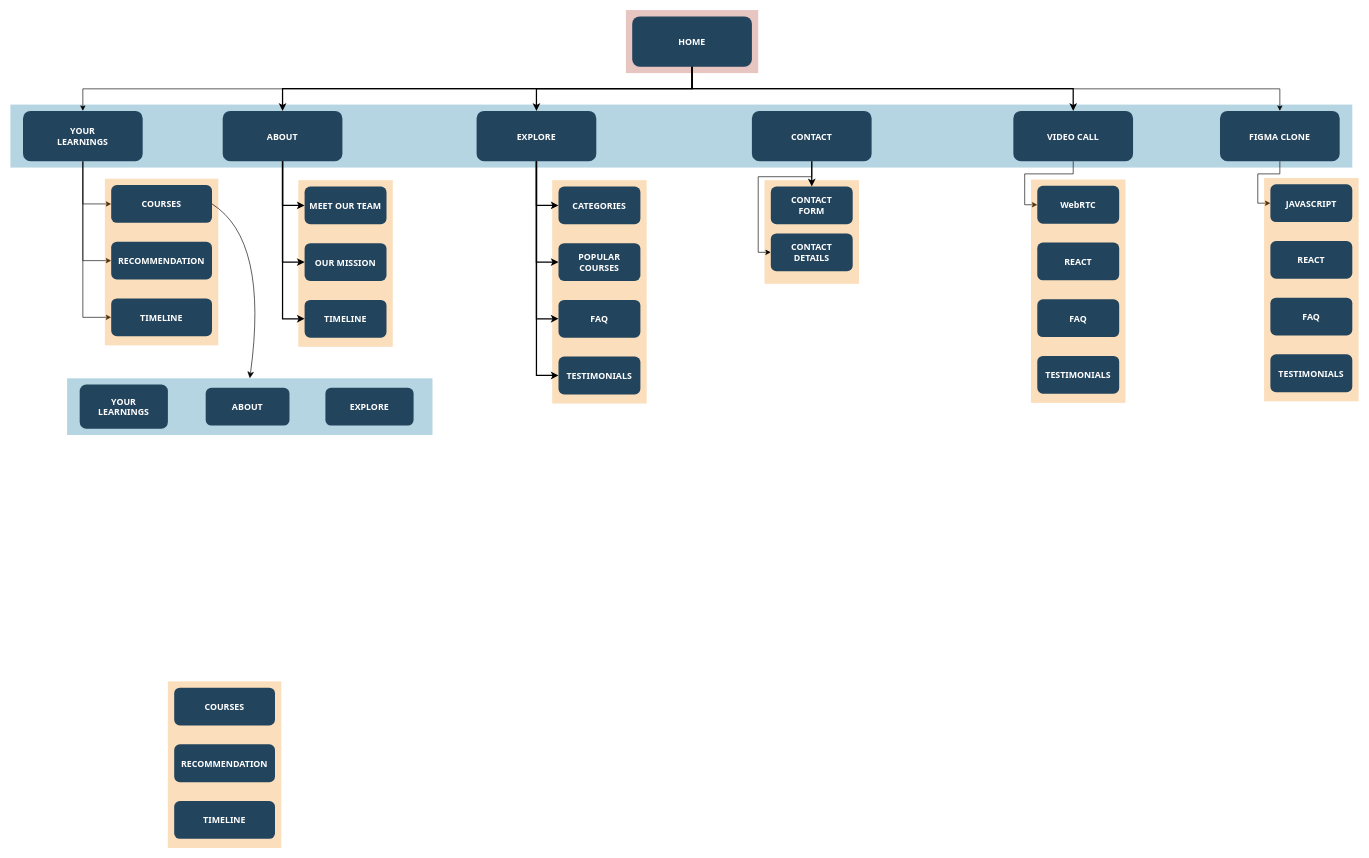
Earlier version of the draw.io diagram Sitemap.drawio (ayush-ranjan07/DynamiX). Source tidied: cells renumbered, new cells numbered last; positions are measured from the earlier drawing's top-left corner, leaving out a move shared by most shapes. Both pictures are drawn from the tidied source at 63%, with x=0, y=0 at pixel (10, 10).
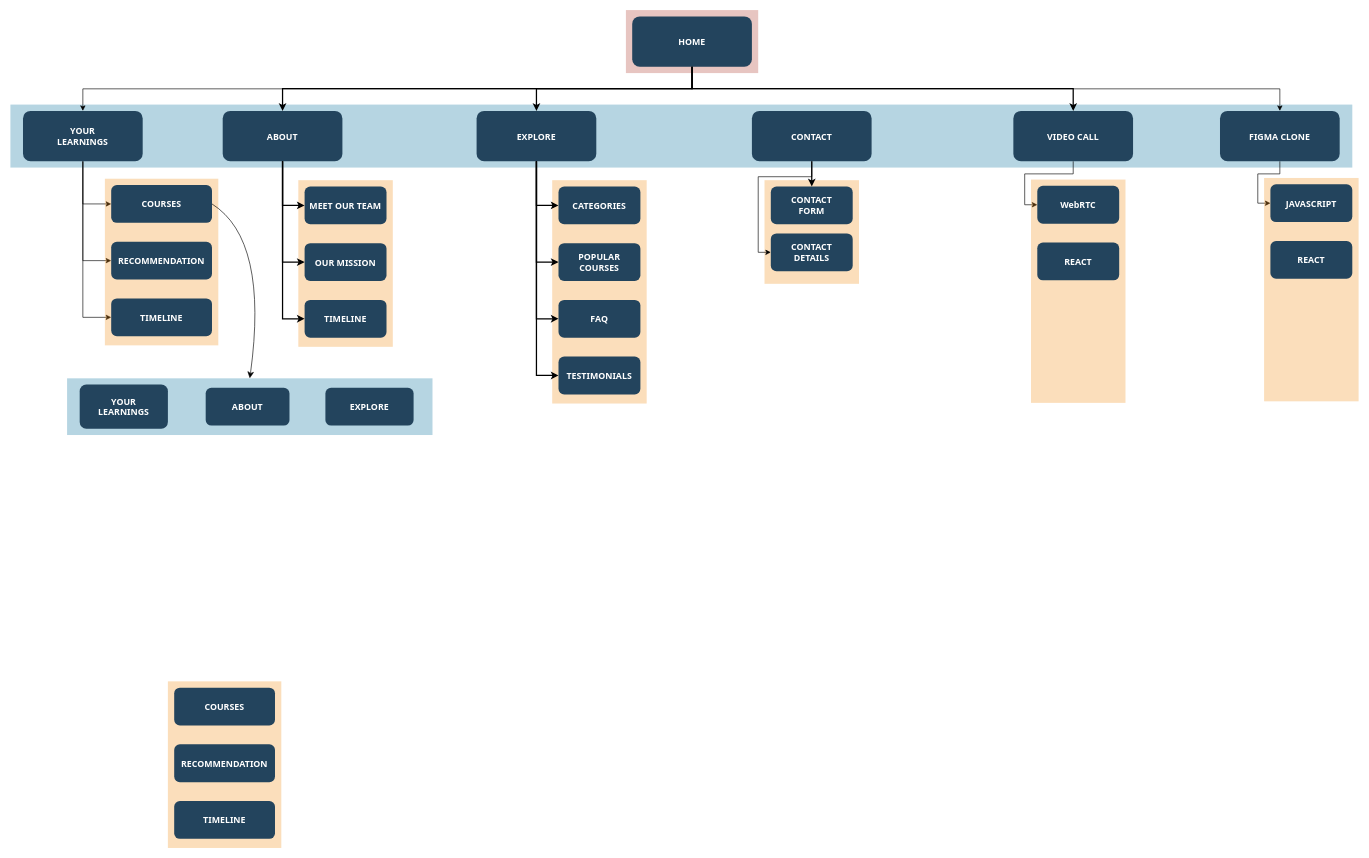
The same page after the edit.

The change refers to these unchanged cells:
```xml
<mxCell id="56" style="fillColor=#F2931E;strokeColor=none;opacity=30;" parent="1" vertex="1">
  <mxGeometry x="1620" y="268.5" width="150" height="354.5" as="geometry" />
</mxCell>
<mxCell id="62" style="fillColor=#F2931E;strokeColor=none;opacity=30;" parent="1" vertex="1">
  <mxGeometry x="1990" y="266" width="150" height="354.5" as="geometry" />
</mxCell>
```

What changed in the source:
```diff
@@
-    <mxCell id="59" value="FAQ" style="rounded=1;fillColor=#23445D;gradientColor=none;strokeColor=none;fontColor=#FFFFFF;fontStyle=1;fontFamily=Tahoma;fontSize=14;" parent="1" vertex="1">
-      <mxGeometry x="1630" y="458.5" width="130" height="60" as="geometry" />
-    </mxCell>
-    <mxCell id="60" value="TESTIMONIALS" style="rounded=1;fillColor=#23445D;gradientColor=none;strokeColor=none;fontColor=#FFFFFF;fontStyle=1;fontFamily=Tahoma;fontSize=14;" parent="1" vertex="1">
-      <mxGeometry x="1630" y="548.5" width="130" height="60" as="geometry" />
-    </mxCell>
-    <mxCell id="61" style="edgeStyle=orthogonalEdgeStyle;rounded=0;orthogonalLoop=1;jettySize=auto;html=1;exitX=0.5;exitY=1;exitDx=0;exitDy=0;" parent="1" edge="1" source="56" target="56">
-      <mxGeometry relative="1" as="geometry" />
-    </mxCell>
@@
-    <mxCell id="65" value="FAQ" style="rounded=1;fillColor=#23445D;gradientColor=none;strokeColor=none;fontColor=#FFFFFF;fontStyle=1;fontFamily=Tahoma;fontSize=14;" parent="1" vertex="1">
-      <mxGeometry x="2000" y="456" width="130" height="60" as="geometry" />
-    </mxCell>
-    <mxCell id="66" value="TESTIMONIALS" style="rounded=1;fillColor=#23445D;gradientColor=none;strokeColor=none;fontColor=#FFFFFF;fontStyle=1;fontFamily=Tahoma;fontSize=14;" parent="1" vertex="1">
-      <mxGeometry x="2000" y="546" width="130" height="60" as="geometry" />
-    </mxCell>
-    <mxCell id="67" style="edgeStyle=orthogonalEdgeStyle;rounded=0;orthogonalLoop=1;jettySize=auto;html=1;exitX=0.5;exitY=1;exitDx=0;exitDy=0;" parent="1" edge="1" source="62" target="62">
-      <mxGeometry relative="1" as="geometry" />
-    </mxCell>
```
